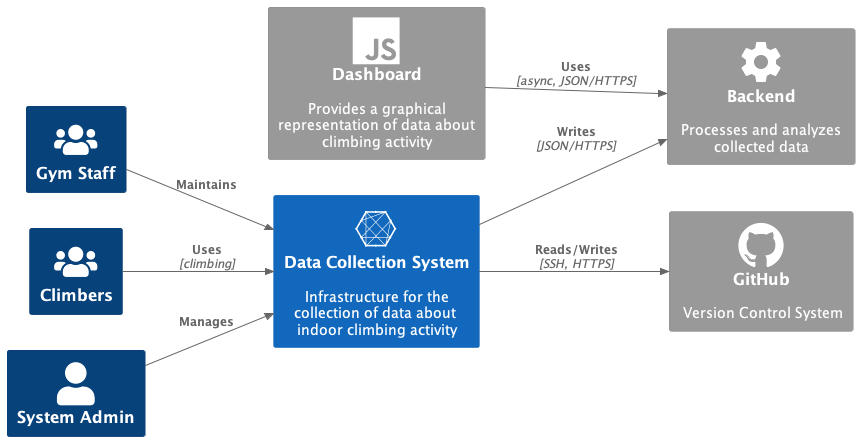
The PlantUML diagram uml-diagrams/images/contextDiagram.png in LucaTaddeo/bsc-thesis, before a commit.
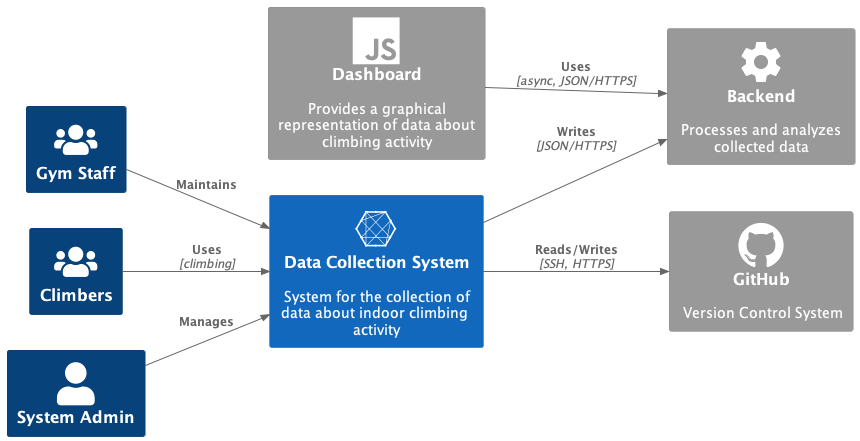
Above is the later version.

The edit, as a diff of the source:
```diff
@@ -22,7 +22,7 @@
 Person(climber, "Climbers", $sprite="users", $link="https://github.com/plantuml-stdlib/C4-PlantUML/blob/master/LayoutOptions.md#hide_person_sprite-or-show_person_spritesprite")
 Person(admin, "System Admin", $sprite="user", $link="https://github.com/plantuml-stdlib/C4-PlantUML/blob/master/LayoutOptions.md#hide_person_sprite-or-show_person_spritesprite")
 
-System(system,"Data Collection System", "Infrastructure for the collection of data about indoor climbing activity", $sprite="connectdevelop")
+System(system,"Data Collection System", "System for the collection of data about indoor climbing activity", $sprite="connectdevelop")
 
 System_Ext(github, "GitHub", "Version Control System", $sprite="github_original")
 System_Ext(backend, "Backend", "Processes and analyzes collected data", $sprite="settings")
```
